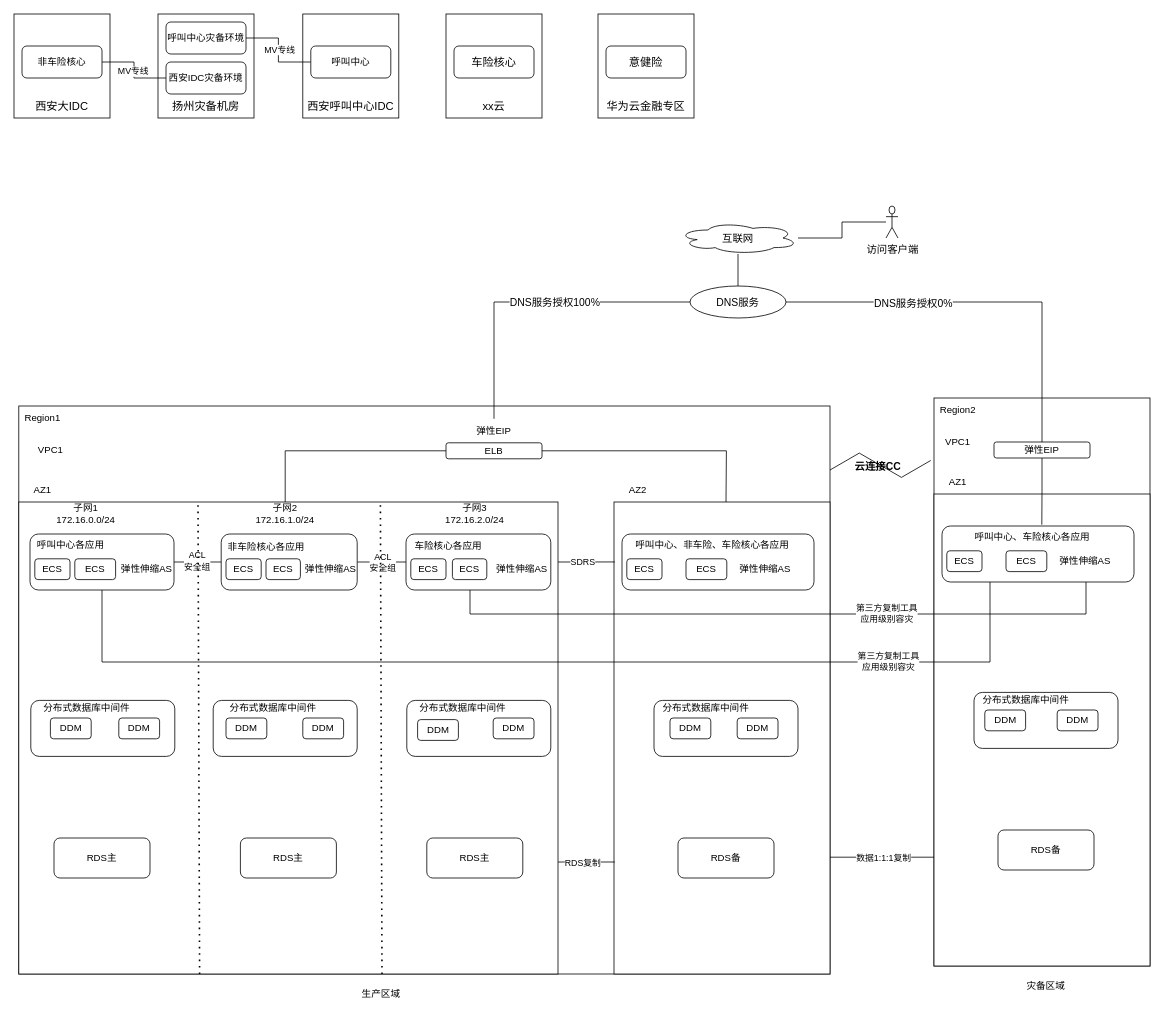
This is 华为云上云架构设计研讨.drawio from wucaitian/wucaitian, a draw.io file, before an edit. Source tidied: cells renumbered, new cells numbered last; positions are measured from the earlier drawing's top-left corner, leaving out a move shared by most shapes. Both pictures are drawn from the tidied source at 80%, with x=0, y=0 at pixel (14, 14).
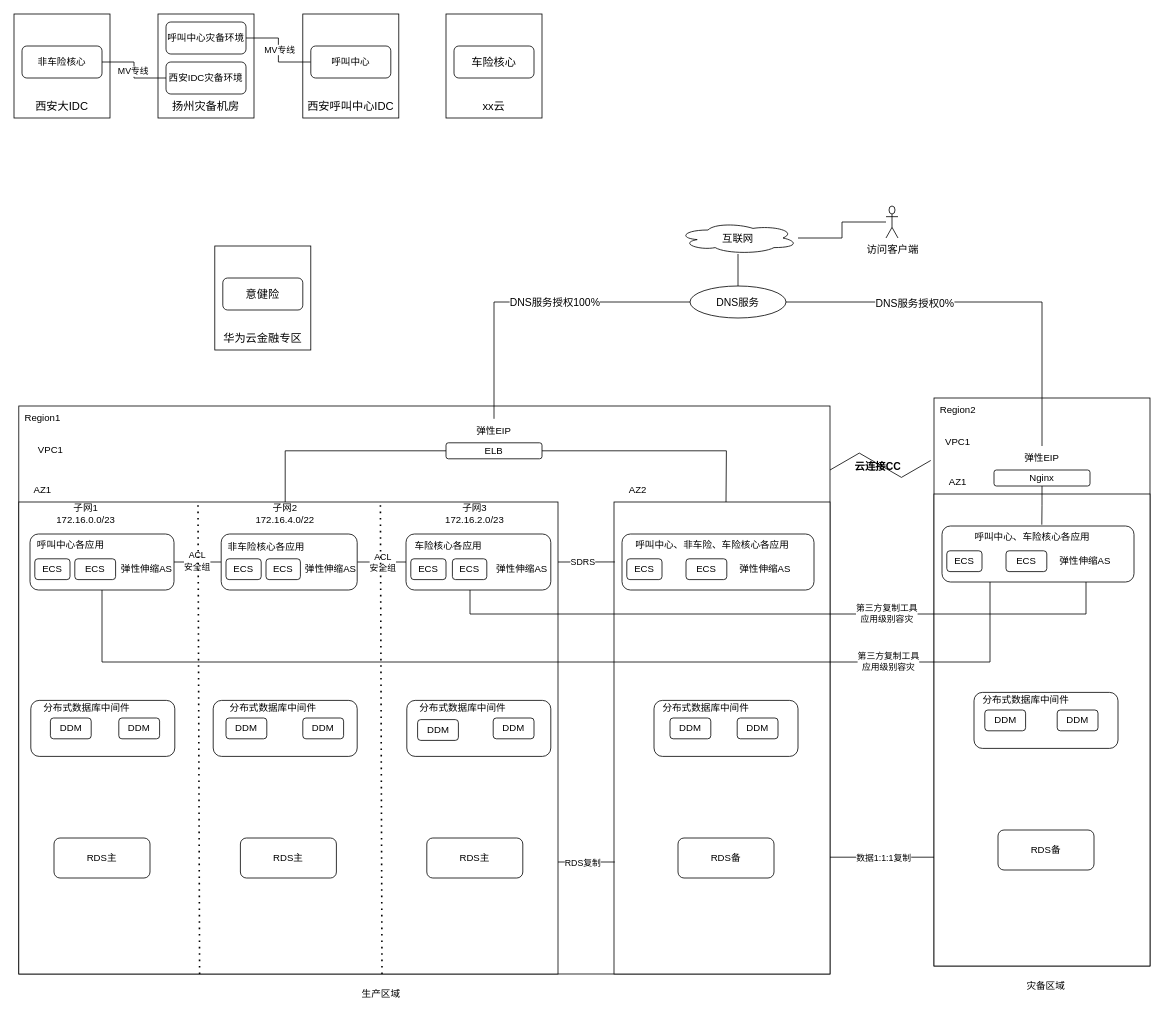
The same diagram, later.

Commit message (it also covers changes not shown here):
更新华为云上云架构设计研讨.drawio

Unchanged cells that the change refers to:
```xml
<mxCell id="113" value="DNS服务" style="ellipse;whiteSpace=wrap;html=1;fontSize=13;fillColor=none;" parent="1" vertex="1">
  <mxGeometry x="845" y="340" width="120" height="40" as="geometry" />
</mxCell>
```

The edit, as a diff of the source:
```diff
@@
     <mxCell id="6" value="&lt;p style=&quot;margin: 0pt 0pt 0.0001pt; text-align: justify; font-family: Calibri; font-size: 10.5pt;&quot; class=&quot;MsoNormal&quot;&gt;&lt;br&gt;&lt;/p&gt;&lt;p style=&quot;margin: 0pt 0pt 0.0001pt; text-align: justify; font-family: Calibri; font-size: 10.5pt;&quot; class=&quot;MsoNormal&quot;&gt;&lt;br&gt;&lt;/p&gt;&lt;p style=&quot;margin: 0pt 0pt 0.0001pt; text-align: justify; font-family: Calibri; font-size: 10.5pt;&quot; class=&quot;MsoNormal&quot;&gt;&lt;br&gt;&lt;/p&gt;&lt;p style=&quot;margin: 0pt 0pt 0.0001pt; text-align: justify; font-family: Calibri; font-size: 10.5pt;&quot; class=&quot;MsoNormal&quot;&gt;&lt;br&gt;&lt;/p&gt;&lt;p style=&quot;margin: 0pt 0pt 0.0001pt; text-align: justify; font-family: Calibri; font-size: 10.5pt;&quot; class=&quot;MsoNormal&quot;&gt;&lt;br&gt;&lt;/p&gt;&lt;p style=&quot;margin: 0pt 0pt 0.0001pt; text-align: justify; font-family: Calibri; font-size: 10.5pt;&quot; class=&quot;MsoNormal&quot;&gt;&lt;br&gt;&lt;/p&gt;&lt;p style=&quot;margin: 0pt 0pt 0.0001pt; text-align: justify; font-family: Calibri; font-size: 10.5pt;&quot; class=&quot;MsoNormal&quot;&gt;&lt;font face=&quot;仿宋_GB2312&quot;&gt;华为云金融专区&lt;/font&gt;&lt;/p&gt;" style="rounded=0;whiteSpace=wrap;html=1;" parent="1" vertex="1">
-      <mxGeometry x="730" width="120" height="130" as="geometry" />
+      <mxGeometry x="251" y="290" width="120" height="130" as="geometry" />
     </mxCell>
@@
     <mxCell id="16" value="&lt;p style=&quot;border-color: var(--border-color); margin: 0pt 0pt 0.0001pt; text-align: justify; font-family: Calibri; font-size: 10.5pt;&quot; class=&quot;MsoNormal&quot;&gt;意健险&lt;br&gt;&lt;/p&gt;" style="rounded=1;whiteSpace=wrap;html=1;" parent="1" vertex="1">
-      <mxGeometry x="740" y="40" width="100" height="40" as="geometry" />
+      <mxGeometry x="261" y="330" width="100" height="40" as="geometry" />
     </mxCell>
@@
-    <mxCell id="59" value="子网1&lt;br&gt;172.16.0.0/24" style="text;html=1;strokeColor=none;fillColor=none;align=center;verticalAlign=middle;whiteSpace=wrap;rounded=0;" parent="1" vertex="1">
+    <mxCell id="59" value="子网1&lt;br&gt;172.16.0.0/23" style="text;html=1;strokeColor=none;fillColor=none;align=center;verticalAlign=middle;whiteSpace=wrap;rounded=0;" parent="1" vertex="1">
       <mxGeometry x="60" y="610" width="60" height="30" as="geometry" />
     </mxCell>
-    <mxCell id="60" value="子网2&lt;br&gt;172.16.1.0/24" style="text;html=1;strokeColor=none;fillColor=none;align=center;verticalAlign=middle;whiteSpace=wrap;rounded=0;" parent="1" vertex="1">
+    <mxCell id="60" value="子网2&lt;br&gt;172.16.4.0/22" style="text;html=1;strokeColor=none;fillColor=none;align=center;verticalAlign=middle;whiteSpace=wrap;rounded=0;" parent="1" vertex="1">
       <mxGeometry x="309" y="610" width="60" height="30" as="geometry" />
     </mxCell>
-    <mxCell id="61" value="子网3&lt;br&gt;172.16.2.0/24" style="text;html=1;strokeColor=none;fillColor=none;align=center;verticalAlign=middle;whiteSpace=wrap;rounded=0;" parent="1" vertex="1">
+    <mxCell id="61" value="子网3&lt;br&gt;172.16.2.0/23" style="text;html=1;strokeColor=none;fillColor=none;align=center;verticalAlign=middle;whiteSpace=wrap;rounded=0;" parent="1" vertex="1">
       <mxGeometry x="546" y="610" width="60" height="30" as="geometry" />
     </mxCell>
@@
-    <mxCell id="111" style="edgeStyle=orthogonalEdgeStyle;rounded=0;jettySize=auto;html=1;entryX=0.5;entryY=0;entryDx=0;entryDy=0;fontSize=13;endArrow=none;endFill=0;" parent="1" edge="1" source="113" target="115">
+    <mxCell id="111" style="edgeStyle=orthogonalEdgeStyle;rounded=0;jettySize=auto;html=1;entryX=0.5;entryY=0;entryDx=0;entryDy=0;fontSize=13;endArrow=none;endFill=0;" parent="1" edge="1" source="113" target="117">
       <mxGeometry relative="1" as="geometry" />
     </mxCell>
@@
-    <mxCell id="115" value="弹性EIP" style="rounded=1;whiteSpace=wrap;html=1;" parent="1" vertex="1">
-      <mxGeometry x="1225" y="535" width="120" height="20" as="geometry" />
+    <mxCell id="115" value="Nginx" style="rounded=1;whiteSpace=wrap;html=1;" parent="1" vertex="1">
+      <mxGeometry x="1225" y="570" width="120" height="20" as="geometry" />
     </mxCell>
@@
+    <mxCell id="117" value="弹性EIP" style="text;html=1;strokeColor=none;fillColor=none;align=center;verticalAlign=middle;whiteSpace=wrap;rounded=0;" parent="1" vertex="1">
+      <mxGeometry x="1255" y="540" width="60" height="30" as="geometry" />
+    </mxCell>
```
